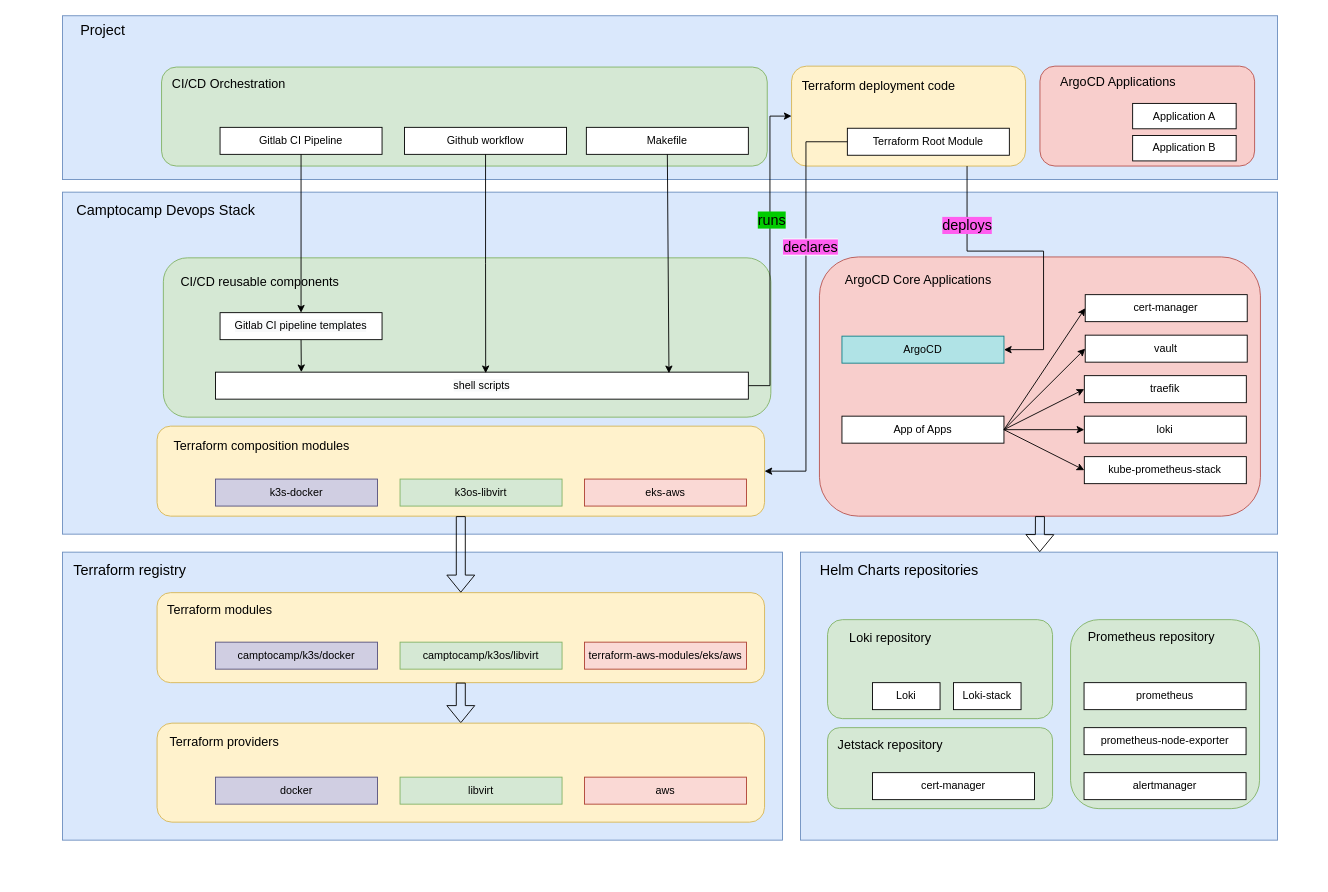
Earlier version of the draw.io diagram docs/modules/ROOT/assets/images/devops-stack-architecture.drawio (camptocamp/devops-stack). Source tidied: cells renumbered, new cells numbered last; positions are measured from the earlier drawing's top-left corner, leaving out a move shared by most shapes. Both pictures are drawn from the tidied source at 90%, with x=0, y=0 at pixel (17, 15).
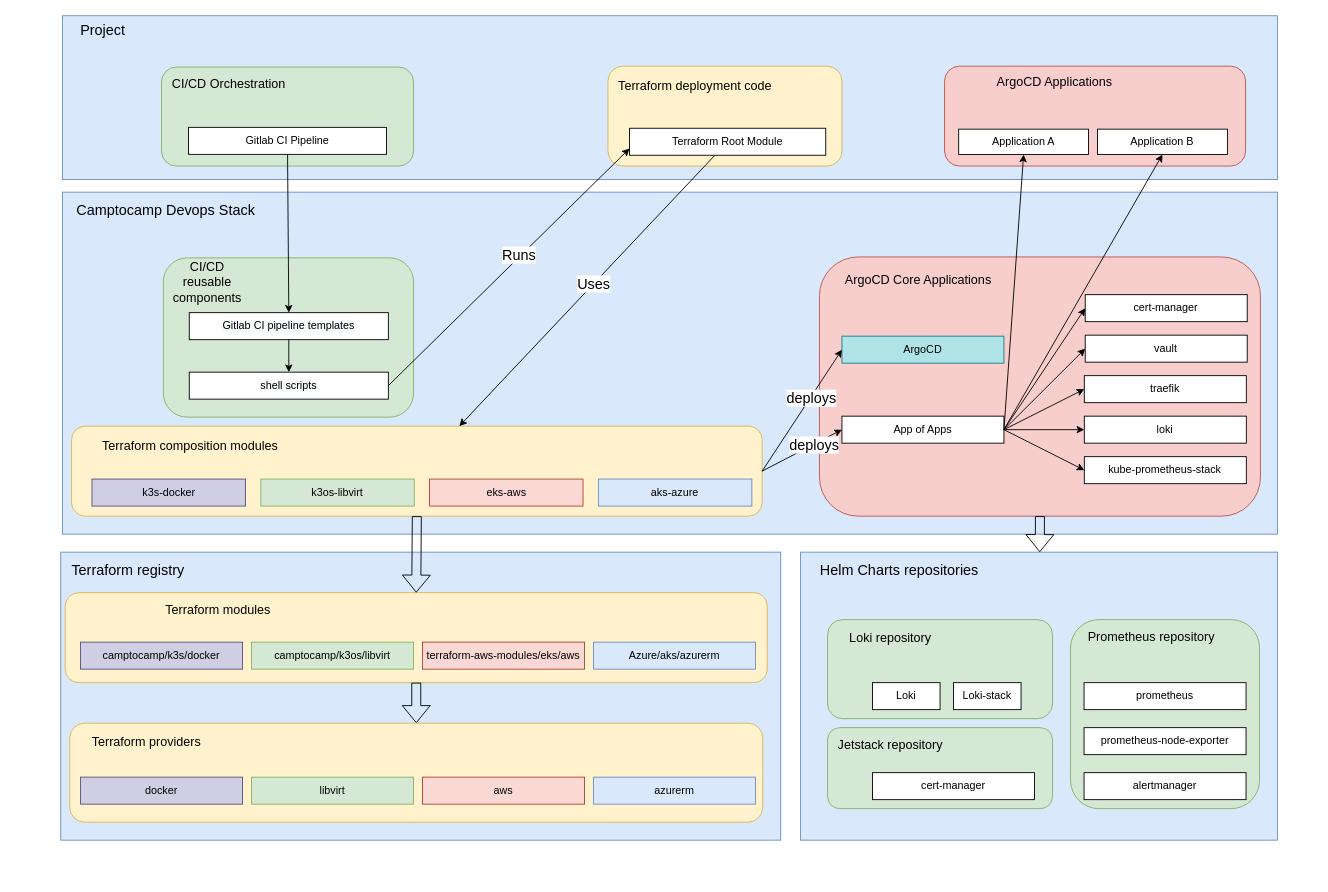
Above is the later version.

Commit message (it also covers changes not shown here):
Update architecture schema

The change refers to these unchanged cells:
```xml
<mxCell id="18" style="group;" parent="1" vertex="1">
  <mxGeometry y="196" width="1400" height="380" as="geometry" />
</mxCell>
<mxCell id="23" style="rounded=1;whiteSpace=wrap;html=1;fillColor=#f8cecc;strokeColor=#b85450;" parent="22" vertex="1">
  <mxGeometry x="20" width="490" height="288" as="geometry" />
</mxCell>
<mxCell id="25" value="ArgoCD" style="rounded=0;whiteSpace=wrap;html=1;fillColor=#b0e3e6;strokeColor=#0e8088;" parent="22" vertex="1">
  <mxGeometry x="45" y="88" width="180" height="30" as="geometry" />
</mxCell>
<mxCell id="26" value="App of Apps" style="rounded=0;whiteSpace=wrap;html=1;" parent="22" vertex="1">
  <mxGeometry x="45" y="176.9" width="180" height="30" as="geometry" />
</mxCell>
<mxCell id="47" style="rounded=0;whiteSpace=wrap;html=1;fillColor=#dae8fc;strokeColor=#6c8ebf;" parent="46" vertex="1">
  <mxGeometry width="530" height="320" as="geometry" />
</mxCell>
<mxCell id="74" style="group;fontStyle=1;" parent="1" vertex="1">
  <mxGeometry x="160" y="57" width="675" height="110" as="geometry" />
</mxCell>
```

What changed in the source:
```diff
@@
     <mxCell id="2" style="group;" parent="1" vertex="1">
-      <mxGeometry y="596" width="850" height="360" as="geometry" />
+      <mxGeometry x="-2" y="596" width="862" height="360" as="geometry" />
     </mxCell>
@@
     <mxCell id="5" style="group;" parent="2" vertex="1">
-      <mxGeometry x="155" y="45" width="675" height="100" as="geometry" />
+      <mxGeometry x="155" y="45" width="707" height="100" as="geometry" />
     </mxCell>
     <mxCell id="6" style="rounded=1;whiteSpace=wrap;html=1;fillColor=#fff2cc;strokeColor=#d6b656;" parent="5" vertex="1">
-      <mxGeometry width="675" height="100" as="geometry" />
+      <mxGeometry x="-100" width="780" height="100" as="geometry" />
     </mxCell>
@@
+    <mxCell id="11" value="camptocamp/k3os/libvirt" style="rounded=0;whiteSpace=wrap;html=1;fillColor=#d5e8d4;strokeColor=#82b366;" parent="5" vertex="1">
+      <mxGeometry x="107" y="55" width="180" height="30" as="geometry" />
+    </mxCell>
+    <mxCell id="9" value="&lt;span&gt;terraform-aws-modules/eks/aws&lt;/span&gt;" style="rounded=0;whiteSpace=wrap;html=1;fillColor=#fad9d5;strokeColor=#ae4132;" parent="5" vertex="1">
+      <mxGeometry x="297" y="55" width="180" height="30" as="geometry" />
+    </mxCell>
+    <mxCell id="94" value="&lt;span&gt;Azure/aks/azurerm&lt;/span&gt;" style="rounded=0;whiteSpace=wrap;html=1;fillColor=#dae8fc;strokeColor=#6c8ebf;" parent="5" vertex="1">
+      <mxGeometry x="487" y="55" width="180" height="30" as="geometry" />
+    </mxCell>
     <mxCell id="8" value="camptocamp/k3s/docker" style="rounded=0;whiteSpace=wrap;html=1;fillColor=#d0cee2;strokeColor=#56517e;" parent="5" vertex="1">
-      <mxGeometry x="65" y="55" width="180" height="30" as="geometry" />
+      <mxGeometry x="-83" y="55" width="180" height="30" as="geometry" />
     </mxCell>
-    <mxCell id="9" value="&lt;span&gt;terraform-aws-modules/eks/aws&lt;/span&gt;" style="rounded=0;whiteSpace=wrap;html=1;fillColor=#fad9d5;strokeColor=#ae4132;" parent="2" vertex="1">
-      <mxGeometry x="630" y="100" width="180" height="30" as="geometry" />
-    </mxCell>
@@
-    <mxCell id="11" value="camptocamp/k3os/libvirt" style="rounded=0;whiteSpace=wrap;html=1;fillColor=#d5e8d4;strokeColor=#82b366;" parent="2" vertex="1">
-      <mxGeometry x="425" y="100" width="180" height="30" as="geometry" />
-    </mxCell>
     <mxCell id="12" style="group;fontStyle=1;" parent="2" vertex="1">
-      <mxGeometry x="155" y="190" width="675" height="110" as="geometry" />
+      <mxGeometry x="60" y="190" width="770" height="110" as="geometry" />
     </mxCell>
     <mxCell id="13" style="rounded=1;whiteSpace=wrap;html=1;fillColor=#fff2cc;strokeColor=#d6b656;" parent="12" vertex="1">
-      <mxGeometry width="675" height="110" as="geometry" />
+      <mxGeometry width="770" height="110" as="geometry" />
     </mxCell>
     <mxCell id="14" value="&lt;font style=&quot;font-size: 14px&quot;&gt;Terraform providers&lt;/font&gt;" style="text;html=1;strokeColor=none;fillColor=none;align=center;verticalAlign=middle;whiteSpace=wrap;rounded=0;rotation=0;fontSize=15;" parent="12" vertex="1">
-      <mxGeometry y="10" width="150" height="20" as="geometry" />
+      <mxGeometry y="10" width="171.1" height="20" as="geometry" />
     </mxCell>
+    <mxCell id="17" value="docker" style="rounded=0;whiteSpace=wrap;html=1;fillColor=#d0cee2;strokeColor=#56517e;" parent="12" vertex="1">
+      <mxGeometry x="12" y="60" width="180" height="30" as="geometry" />
+    </mxCell>
+    <mxCell id="16" value="libvirt" style="rounded=0;whiteSpace=wrap;html=1;fillColor=#d5e8d4;strokeColor=#82b366;" parent="12" vertex="1">
+      <mxGeometry x="202" y="60" width="180" height="30" as="geometry" />
+    </mxCell>
-    <mxCell id="15" value="aws" style="rounded=0;whiteSpace=wrap;html=1;fillColor=#fad9d5;strokeColor=#ae4132;" parent="2" vertex="1">
-      <mxGeometry x="630" y="250" width="180" height="30" as="geometry" />
+    <mxCell id="15" value="aws" style="rounded=0;whiteSpace=wrap;html=1;fillColor=#fad9d5;strokeColor=#ae4132;" parent="12" vertex="1">
+      <mxGeometry x="392" y="60" width="180" height="30" as="geometry" />
     </mxCell>
-    <mxCell id="16" value="libvirt" style="rounded=0;whiteSpace=wrap;html=1;fillColor=#d5e8d4;strokeColor=#82b366;" parent="2" vertex="1">
-      <mxGeometry x="425" y="250" width="180" height="30" as="geometry" />
-    </mxCell>
-    <mxCell id="17" value="docker" style="rounded=0;whiteSpace=wrap;html=1;fillColor=#d0cee2;strokeColor=#56517e;" parent="2" vertex="1">
-      <mxGeometry x="220" y="250" width="180" height="30" as="geometry" />
-    </mxCell>
+    <mxCell id="95" value="azurerm" style="rounded=0;whiteSpace=wrap;html=1;fillColor=#dae8fc;strokeColor=#6c8ebf;" parent="12" vertex="1">
+      <mxGeometry x="582" y="60" width="180" height="30" as="geometry" />
+    </mxCell>
@@
-    <mxCell id="37" style="group;" parent="18" vertex="1">
-      <mxGeometry x="162" y="73" width="675" height="177" as="geometry" />
-    </mxCell>
-    <mxCell id="38" style="rounded=1;whiteSpace=wrap;html=1;fillColor=#d5e8d4;strokeColor=#82b366;" parent="37" vertex="1">
-      <mxGeometry width="675" height="177" as="geometry" />
+    <mxCell id="38" style="rounded=1;whiteSpace=wrap;html=1;fillColor=#d5e8d4;strokeColor=#82b366;" parent="18" vertex="1">
+      <mxGeometry x="162" y="73" width="278" height="177" as="geometry" />
     </mxCell>
-    <mxCell id="39" value="CI/CD reusable components" style="text;html=1;strokeColor=none;fillColor=none;align=center;verticalAlign=middle;whiteSpace=wrap;rounded=0;rotation=0;fontSize=14;" parent="37" vertex="1">
-      <mxGeometry x="15" y="15.4" width="185" height="23.9" as="geometry" />
+    <mxCell id="39" value="CI/CD reusable components" style="text;html=1;strokeColor=none;fillColor=none;align=center;verticalAlign=middle;whiteSpace=wrap;rounded=0;rotation=0;fontSize=14;" parent="18" vertex="1">
+      <mxGeometry x="168.8" y="88.4" width="84.4" height="23.9" as="geometry" />
     </mxCell>
-    <mxCell id="40" value="&lt;span style=&quot;color: rgb(0, 0, 0); font-family: helvetica; font-size: 12px; font-style: normal; font-weight: 400; letter-spacing: normal; text-align: center; text-indent: 0px; text-transform: none; word-spacing: 0px; background-color: rgb(248, 249, 250); display: inline; float: none;&quot;&gt;shell scripts&lt;/span&gt;" style="rounded=0;whiteSpace=wrap;html=1;" parent="37" vertex="1">
-      <mxGeometry x="58" y="127" width="592" height="30" as="geometry" />
+    <mxCell id="40" value="&lt;span style=&quot;color: rgb(0, 0, 0); font-family: helvetica; font-size: 12px; font-style: normal; font-weight: 400; letter-spacing: normal; text-align: center; text-indent: 0px; text-transform: none; word-spacing: 0px; background-color: rgb(248, 249, 250); display: inline; float: none;&quot;&gt;shell scripts&lt;/span&gt;" style="rounded=0;whiteSpace=wrap;html=1;" parent="18" vertex="1">
+      <mxGeometry x="190.8" y="200" width="221.2" height="30" as="geometry" />
     </mxCell>
-    <mxCell id="41" style="edgeStyle=none;rounded=0;jettySize=auto;html=1;exitX=0.5;exitY=1;exitDx=0;exitDy=0;entryX=0.161;entryY=0;entryDx=0;entryDy=0;entryPerimeter=0;" parent="37" edge="1" source="42" target="40">
-      <mxGeometry relative="1" as="geometry" />
+    <mxCell id="41" style="edgeStyle=none;rounded=0;jettySize=auto;html=1;exitX=0.5;exitY=1;exitDx=0;exitDy=0;" parent="18" edge="1" source="42" target="40">
+      <mxGeometry x="202" y="93" as="geometry" />
     </mxCell>
-    <mxCell id="42" value="&lt;span style=&quot;color: rgb(0, 0, 0); font-family: helvetica; font-size: 12px; font-style: normal; font-weight: 400; letter-spacing: normal; text-align: center; text-indent: 0px; text-transform: none; word-spacing: 0px; background-color: rgb(248, 249, 250); display: inline; float: none;&quot;&gt;Gitlab CI pipeline templates&lt;/span&gt;" style="rounded=0;whiteSpace=wrap;html=1;" parent="37" vertex="1">
-      <mxGeometry x="63" y="60.9" width="180" height="30" as="geometry" />
+    <mxCell id="42" value="&lt;span style=&quot;color: rgb(0, 0, 0); font-family: helvetica; font-size: 12px; font-style: normal; font-weight: 400; letter-spacing: normal; text-align: center; text-indent: 0px; text-transform: none; word-spacing: 0px; background-color: rgb(248, 249, 250); display: inline; float: none;&quot;&gt;Gitlab CI pipeline templates&lt;/span&gt;" style="rounded=0;whiteSpace=wrap;html=1;" parent="18" vertex="1">
+      <mxGeometry x="190.8" y="133.9" width="221.2" height="30" as="geometry" />
     </mxCell>
     <mxCell id="43" style="group;" parent="1" vertex="1">
-      <mxGeometry x="155" y="456" width="675" height="100" as="geometry" />
+      <mxGeometry x="60" y="456" width="790" height="100" as="geometry" />
     </mxCell>
     <mxCell id="44" style="rounded=1;whiteSpace=wrap;html=1;fillColor=#fff2cc;strokeColor=#d6b656;" parent="43" vertex="1">
-      <mxGeometry width="675" height="100" as="geometry" />
+      <mxGeometry width="767.3" height="100" as="geometry" />
     </mxCell>
     <mxCell id="45" value="&lt;font style=&quot;font-size: 14px&quot;&gt;Terraform composition modules&lt;br&gt;&lt;/font&gt;" style="text;html=1;strokeColor=none;fillColor=none;align=center;verticalAlign=middle;whiteSpace=wrap;rounded=0;rotation=0;fontSize=15;" parent="43" vertex="1">
-      <mxGeometry x="15" y="11.2" width="202.5" height="20" as="geometry" />
+      <mxGeometry x="17.1" y="11.2" width="230.2" height="20" as="geometry" />
     </mxCell>
+    <mxCell id="63" value="k3s-docker" style="rounded=0;whiteSpace=wrap;html=1;fillColor=#d0cee2;strokeColor=#56517e;" parent="43" vertex="1">
+      <mxGeometry x="22.7" y="58.8" width="170.5" height="30" as="geometry" />
+    </mxCell>
+    <mxCell id="66" value="k3os-libvirt" style="rounded=0;whiteSpace=wrap;html=1;fillColor=#d5e8d4;strokeColor=#82b366;" parent="43" vertex="1">
+      <mxGeometry x="210.3" y="58.8" width="170.5" height="30" as="geometry" />
+    </mxCell>
+    <mxCell id="64" value="eks-aws" style="rounded=0;whiteSpace=wrap;html=1;fillColor=#fad9d5;strokeColor=#ae4132;" parent="43" vertex="1">
+      <mxGeometry x="397.8" y="58.8" width="170.5" height="30" as="geometry" />
+    </mxCell>
+    <mxCell id="96" value="aks-azure" style="rounded=0;whiteSpace=wrap;html=1;fillColor=#dae8fc;strokeColor=#6c8ebf;" parent="43" vertex="1">
+      <mxGeometry x="585.4" y="58.8" width="170.5" height="30" as="geometry" />
+    </mxCell>
@@
-    <mxCell id="63" value="k3s-docker" style="rounded=0;whiteSpace=wrap;html=1;fillColor=#d0cee2;strokeColor=#56517e;" parent="1" vertex="1">
-      <mxGeometry x="220" y="514.8" width="180" height="30" as="geometry" />
-    </mxCell>
-    <mxCell id="64" value="eks-aws" style="rounded=0;whiteSpace=wrap;html=1;fillColor=#fad9d5;strokeColor=#ae4132;" parent="1" vertex="1">
-      <mxGeometry x="630" y="514.8" width="180" height="30" as="geometry" />
-    </mxCell>
@@
-    <mxCell id="66" value="k3os-libvirt" style="rounded=0;whiteSpace=wrap;html=1;fillColor=#d5e8d4;strokeColor=#82b366;" parent="1" vertex="1">
-      <mxGeometry x="425" y="514.8" width="180" height="30" as="geometry" />
-    </mxCell>
@@
     <mxCell id="68" style="group;" parent="1" vertex="1">
-      <mxGeometry x="1136" y="56" width="238.5" height="111" as="geometry" />
+      <mxGeometry x="1030" y="56" width="334.5" height="111" as="geometry" />
     </mxCell>
     <mxCell id="69" style="rounded=1;whiteSpace=wrap;html=1;fillColor=#f8cecc;strokeColor=#b85450;" parent="68" vertex="1">
-      <mxGeometry width="238.5" height="111" as="geometry" />
+      <mxGeometry width="334.5" height="111" as="geometry" />
     </mxCell>
     <mxCell id="70" value="&lt;font style=&quot;font-size: 14px&quot;&gt;ArgoCD Applications&lt;/font&gt;" style="text;html=1;strokeColor=none;fillColor=none;align=center;verticalAlign=middle;whiteSpace=wrap;rounded=0;rotation=0;fontSize=16;" parent="68" vertex="1">
-      <mxGeometry x="11.2" y="11" width="151.7" height="10.7" as="geometry" />
+      <mxGeometry x="15.7" y="11" width="212.7" height="10.7" as="geometry" />
     </mxCell>
     <mxCell id="71" value="Application B" style="rounded=0;whiteSpace=wrap;html=1;" parent="68" vertex="1">
-      <mxGeometry x="103" y="77.1" width="115" height="28.2" as="geometry" />
+      <mxGeometry x="170" y="70" width="144.3" height="28.2" as="geometry" />
     </mxCell>
     <mxCell id="72" value="Application A" style="rounded=0;whiteSpace=wrap;html=1;" parent="68" vertex="1">
-      <mxGeometry x="103" y="41.4" width="115" height="28.2" as="geometry" />
+      <mxGeometry x="15.7" y="70" width="144.3" height="28.2" as="geometry" />
     </mxCell>
@@
     <mxCell id="75" style="rounded=1;whiteSpace=wrap;html=1;fillColor=#d5e8d4;strokeColor=#82b366;" parent="74" vertex="1">
-      <mxGeometry width="673" height="110" as="geometry" />
+      <mxGeometry width="280" height="110" as="geometry" />
     </mxCell>
@@
     <mxCell id="77" value="Gitlab CI Pipeline" style="rounded=0;whiteSpace=wrap;html=1;" parent="74" vertex="1">
-      <mxGeometry x="65" y="67" width="180" height="30" as="geometry" />
+      <mxGeometry x="30" y="67" width="220" height="30" as="geometry" />
     </mxCell>
-    <mxCell id="78" value="Github workflow" style="rounded=0;whiteSpace=wrap;html=1;" parent="74" vertex="1">
-      <mxGeometry x="270" y="67" width="180" height="30" as="geometry" />
-    </mxCell>
-    <mxCell id="79" value="Makefile" style="rounded=0;whiteSpace=wrap;html=1;" parent="74" vertex="1">
-      <mxGeometry x="472" y="67" width="180" height="30" as="geometry" />
-    </mxCell>
-    <mxCell id="80" style="group;" parent="1" vertex="1">
-      <mxGeometry x="850" y="67" width="270" height="100" as="geometry" />
-    </mxCell>
+    <mxCell id="90" style="rounded=0;jumpStyle=arc;jettySize=auto;html=1;exitX=0.5;exitY=1;exitDx=0;exitDy=0;shadow=0;fontSize=14;shape=flexArrow;" parent="1" edge="1" source="23" target="47">
+      <mxGeometry relative="1" as="geometry" />
+    </mxCell>
+    <mxCell id="91" style="edgeStyle=none;rounded=0;jettySize=auto;html=1;exitX=0.5;exitY=1;exitDx=0;exitDy=0;entryX=0.5;entryY=0;entryDx=0;entryDy=0;" parent="1" edge="1" source="77" target="42">
+      <mxGeometry relative="1" as="geometry" />
+    </mxCell>
-    <mxCell id="81" style="rounded=1;whiteSpace=wrap;html=1;fillColor=#fff2cc;strokeColor=#d6b656;" parent="80" vertex="1">
-      <mxGeometry x="10" y="-11" width="260" height="111" as="geometry" />
+    <mxCell id="81" style="rounded=1;whiteSpace=wrap;html=1;fillColor=#fff2cc;strokeColor=#d6b656;" parent="1" vertex="1">
+      <mxGeometry x="656" y="56" width="260" height="111" as="geometry" />
     </mxCell>
-    <mxCell id="82" value="&lt;font style=&quot;font-size: 14px&quot;&gt;Terraform deployment code&lt;br&gt;&lt;/font&gt;" style="text;html=1;strokeColor=none;fillColor=none;align=center;verticalAlign=middle;whiteSpace=wrap;rounded=0;rotation=0;fontSize=15;" parent="80" vertex="1">
-      <mxGeometry x="12" width="190" height="20" as="geometry" />
+    <mxCell id="82" value="&lt;font style=&quot;font-size: 14px&quot;&gt;Terraform deployment code&lt;br&gt;&lt;/font&gt;" style="text;html=1;strokeColor=none;fillColor=none;align=center;verticalAlign=middle;whiteSpace=wrap;rounded=0;rotation=0;fontSize=15;" parent="1" vertex="1">
+      <mxGeometry x="658" y="67" width="190" height="20" as="geometry" />
     </mxCell>
-    <mxCell id="83" value="Terraform Root Module" style="rounded=0;whiteSpace=wrap;html=1;" parent="80" vertex="1">
-      <mxGeometry x="72" y="58" width="180" height="30" as="geometry" />
+    <mxCell id="83" value="Terraform Root Module" style="rounded=0;whiteSpace=wrap;html=1;" parent="1" vertex="1">
+      <mxGeometry x="680" y="125" width="218" height="30" as="geometry" />
     </mxCell>
-    <mxCell id="84" style="edgeStyle=elbowEdgeStyle;rounded=0;jettySize=auto;html=1;exitX=1;exitY=0.5;exitDx=0;exitDy=0;entryX=0;entryY=0.5;entryDx=0;entryDy=0;fontSize=14;" parent="1" edge="1" source="40" target="81">
-      <mxGeometry relative="1" as="geometry" />
-    </mxCell>
-    <mxCell id="85" value="&lt;span style=&quot;&quot;&gt;runs&lt;/span&gt;" style="edgeLabel;html=1;align=center;verticalAlign=middle;fontSize=16;labelBackgroundColor=#00CC00;" parent="84" vertex="1">
-      <mxGeometry x="0.1" relative="1" as="geometry">
-        <mxPoint x="1" y="-18" as="offset" />
-      </mxGeometry>
-    </mxCell>
-    <mxCell id="86" style="jettySize=auto;html=1;fontSize=14;rounded=0;exitX=0.75;exitY=1;exitDx=0;exitDy=0;edgeStyle=orthogonalEdgeStyle;entryX=1;entryY=0.5;entryDx=0;entryDy=0;" parent="1" edge="1" source="81" target="25">
-      <mxGeometry relative="1" as="geometry" />
-    </mxCell>
-    <mxCell id="87" value="deploys" style="edgeLabel;html=1;align=center;verticalAlign=middle;fontSize=16;labelBackgroundColor=#FF5EEF;" parent="86" vertex="1">
-      <mxGeometry x="-0.61" y="-1" relative="1" as="geometry" />
-    </mxCell>
-    <mxCell id="88" style="edgeStyle=elbowEdgeStyle;rounded=0;jumpStyle=arc;jettySize=auto;html=1;exitX=0;exitY=0.5;exitDx=0;exitDy=0;entryX=1;entryY=0.5;entryDx=0;entryDy=0;shadow=0;fontSize=14;" parent="1" edge="1" source="83" target="44">
+    <mxCell id="88" style="endArrow=classic;html=1;" parent="1" edge="1" source="83" target="44">
       <mxGeometry relative="1" as="geometry" />
     </mxCell>
-    <mxCell id="89" value="&lt;span style=&quot;background-color: rgb(255 , 94 , 239)&quot;&gt;declares&lt;/span&gt;" style="edgeLabel;html=1;align=center;verticalAlign=middle;fontSize=16;" parent="88" vertex="1">
-      <mxGeometry x="-0.29" relative="1" as="geometry">
-        <mxPoint x="4" y="-1" as="offset" />
-      </mxGeometry>
-    </mxCell>
-    <mxCell id="90" style="rounded=0;jumpStyle=arc;jettySize=auto;html=1;exitX=0.5;exitY=1;exitDx=0;exitDy=0;shadow=0;fontSize=14;shape=flexArrow;" parent="1" edge="1" source="23" target="47">
-      <mxGeometry relative="1" as="geometry" />
-    </mxCell>
-    <mxCell id="91" style="edgeStyle=none;rounded=0;jettySize=auto;html=1;exitX=0.5;exitY=1;exitDx=0;exitDy=0;entryX=0.5;entryY=0;entryDx=0;entryDy=0;" parent="1" edge="1" source="77" target="42">
-      <mxGeometry relative="1" as="geometry" />
-    </mxCell>
-    <mxCell id="92" style="edgeStyle=none;rounded=0;jettySize=auto;html=1;exitX=0.5;exitY=1;exitDx=0;exitDy=0;entryX=0.851;entryY=0.04;entryDx=0;entryDy=0;entryPerimeter=0;" parent="1" edge="1" source="79" target="40">
-      <mxGeometry relative="1" as="geometry" />
-    </mxCell>
-    <mxCell id="93" style="edgeStyle=orthogonalEdgeStyle;rounded=0;jettySize=auto;html=1;exitX=0.5;exitY=1;exitDx=0;exitDy=0;entryX=0.507;entryY=0.038;entryDx=0;entryDy=0;entryPerimeter=0;" parent="1" edge="1" source="78" target="40">
-      <mxGeometry relative="1" as="geometry" />
-    </mxCell>
+    <mxCell id="97" value="Uses" style="edgeLabel;html=1;align=center;verticalAlign=middle;fontSize=16;" parent="88" vertex="1">
+      <mxGeometry x="-0.46" y="2" relative="1" as="geometry">
+        <mxPoint x="-60.1" y="59.2" as="offset" />
+      </mxGeometry>
+    </mxCell>
+    <mxCell id="98" style="endArrow=classic;html=1;exitX=1;exitY=0.5;exitDx=0;exitDy=0;entryX=0;entryY=0.5;entryDx=0;entryDy=0;" parent="1" edge="1" source="44" target="25">
+      <mxGeometry relative="1" as="geometry" />
+    </mxCell>
+    <mxCell id="99" value="deploys" style="edgeLabel;html=1;align=center;verticalAlign=middle;fontSize=16;" parent="98" vertex="1">
+      <mxGeometry x="0.21" y="-1" relative="1" as="geometry" />
+    </mxCell>
+    <mxCell id="100" style="endArrow=classic;html=1;fontSize=16;exitX=1;exitY=0.5;exitDx=0;exitDy=0;entryX=0;entryY=0.5;entryDx=0;entryDy=0;" parent="1" edge="1" source="44" target="26">
+      <mxGeometry relative="1" as="geometry" />
+    </mxCell>
+    <mxCell id="101" value="deploys" style="edgeLabel;html=1;align=center;verticalAlign=middle;fontSize=16;" parent="100" vertex="1">
+      <mxGeometry x="0.28" relative="1" as="geometry" />
+    </mxCell>
+    <mxCell id="102" style="endArrow=classic;html=1;fontSize=16;exitX=1;exitY=0.5;exitDx=0;exitDy=0;entryX=0.5;entryY=1;entryDx=0;entryDy=0;" parent="1" edge="1" source="26" target="71">
+      <mxGeometry relative="1" as="geometry" />
+    </mxCell>
+    <mxCell id="103" style="endArrow=classic;html=1;fontSize=16;exitX=1;exitY=0.5;exitDx=0;exitDy=0;entryX=0.5;entryY=1;entryDx=0;entryDy=0;" parent="1" edge="1" source="26" target="72">
+      <mxGeometry relative="1" as="geometry" />
+    </mxCell>
+    <mxCell id="104" style="endArrow=classic;html=1;fontSize=16;exitX=1;exitY=0.5;exitDx=0;exitDy=0;entryX=0;entryY=0.75;entryDx=0;entryDy=0;" parent="1" edge="1" source="40" target="83">
+      <mxGeometry relative="1" as="geometry" />
+    </mxCell>
+    <mxCell id="105" value="Runs" style="edgeLabel;html=1;align=center;verticalAlign=middle;fontSize=16;" parent="104" vertex="1">
+      <mxGeometry x="0.09" y="2" relative="1" as="geometry" />
+    </mxCell>
```
